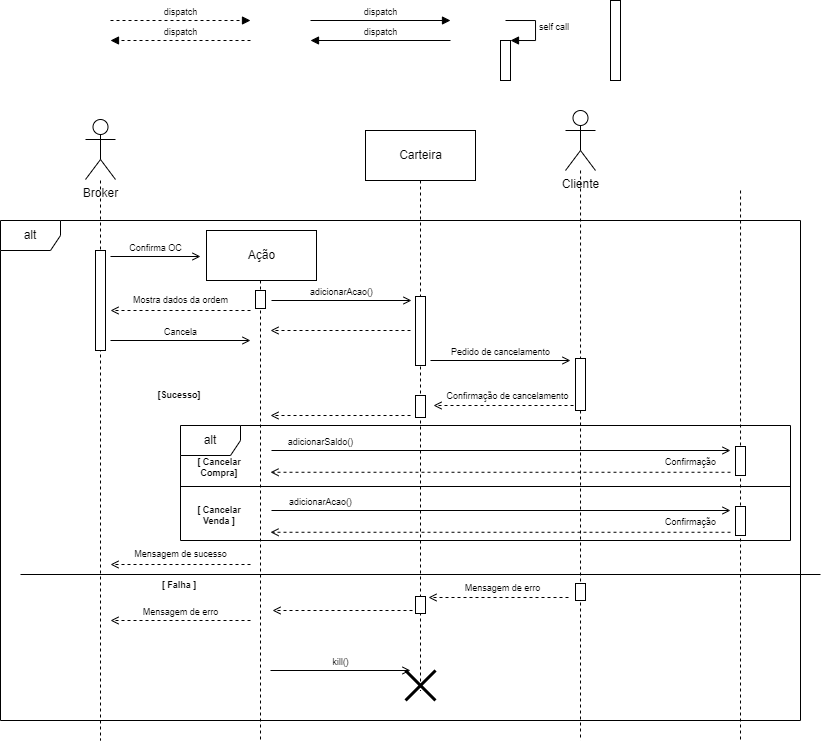
Above: MarketDiagramasDeSequencia/MarketSequencia04.drawio.png in EijiDogen/FEI_MDSMarket (draw.io), before the change. Source tidied: cells renumbered, new cells last; positions are measured from the earlier drawing's top-left corner, leaving out a move shared by most shapes.
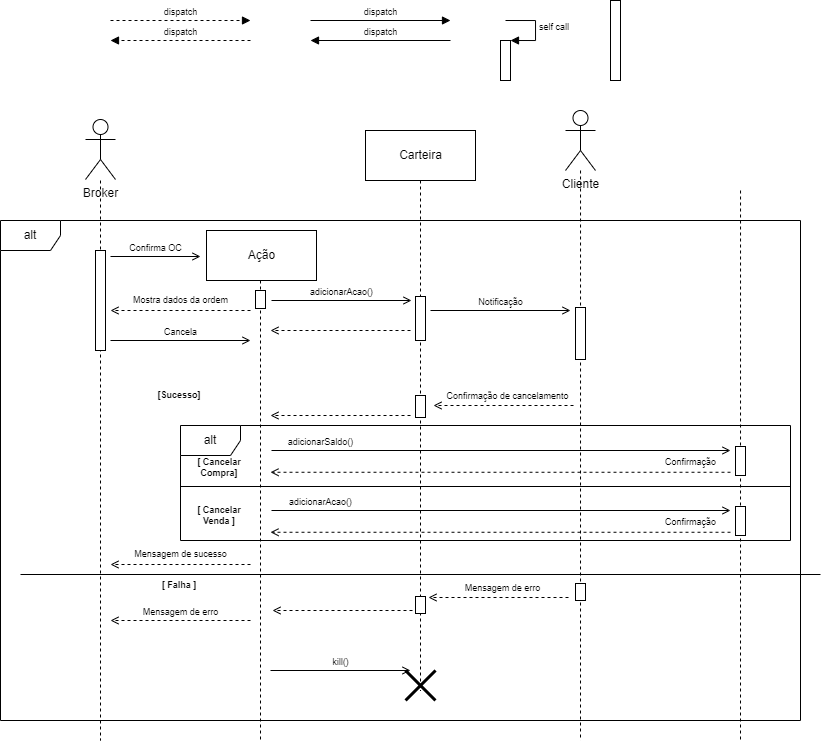
After the change.

Change to the diagram source:
```diff
@@ -115,7 +115,7 @@
       <mxGeometry x="415" y="395" width="10" height="22" as="geometry" />
     </mxCell>
     <mxCell id="28" style="html=1;perimeter=orthogonalPerimeter;fontSize=9;" parent="23" vertex="1">
-      <mxGeometry x="575" y="358" width="10" height="52" as="geometry" />
+      <mxGeometry x="575" y="307" width="10" height="52" as="geometry" />
     </mxCell>
     <mxCell id="29" style="html=1;perimeter=orthogonalPerimeter;fontSize=9;" parent="23" vertex="1">
       <mxGeometry x="415" y="596" width="10" height="17" as="geometry" />
@@ -175,7 +175,7 @@
       </mxGeometry>
     </mxCell>
     <mxCell id="41" style="html=1;perimeter=orthogonalPerimeter;fontSize=9;" parent="32" vertex="1">
-      <mxGeometry x="415" y="296" width="10" height="69" as="geometry" />
+      <mxGeometry x="415" y="296" width="10" height="44" as="geometry" />
     </mxCell>
     <mxCell id="42" style="html=1;verticalAlign=bottom;endArrow=open;rounded=0;dashed=1;fontSize=9;endFill=0;" parent="32" edge="1">
       <mxGeometry relative="1" as="geometry">
@@ -232,10 +232,10 @@
         <mxPoint x="270" y="415" as="targetPoint" />
       </mxGeometry>
     </mxCell>
-    <mxCell id="52" value="Pedido de cancelamento" style="html=1;verticalAlign=bottom;endArrow=open;rounded=0;fontSize=9;endFill=0;" parent="32" edge="1">
+    <mxCell id="52" value="Notificação" style="html=1;verticalAlign=bottom;endArrow=open;rounded=0;fontSize=9;endFill=0;" parent="32" edge="1">
       <mxGeometry relative="1" as="geometry">
-        <mxPoint x="430" y="360" as="sourcePoint" />
-        <mxPoint x="570" y="360" as="targetPoint" />
+        <mxPoint x="430" y="310" as="sourcePoint" />
+        <mxPoint x="570" y="310" as="targetPoint" />
       </mxGeometry>
     </mxCell>
     <mxCell id="53" style="html=1;verticalAlign=bottom;endArrow=open;rounded=0;fontSize=9;dashed=1;endFill=0;" parent="32" edge="1">
```
